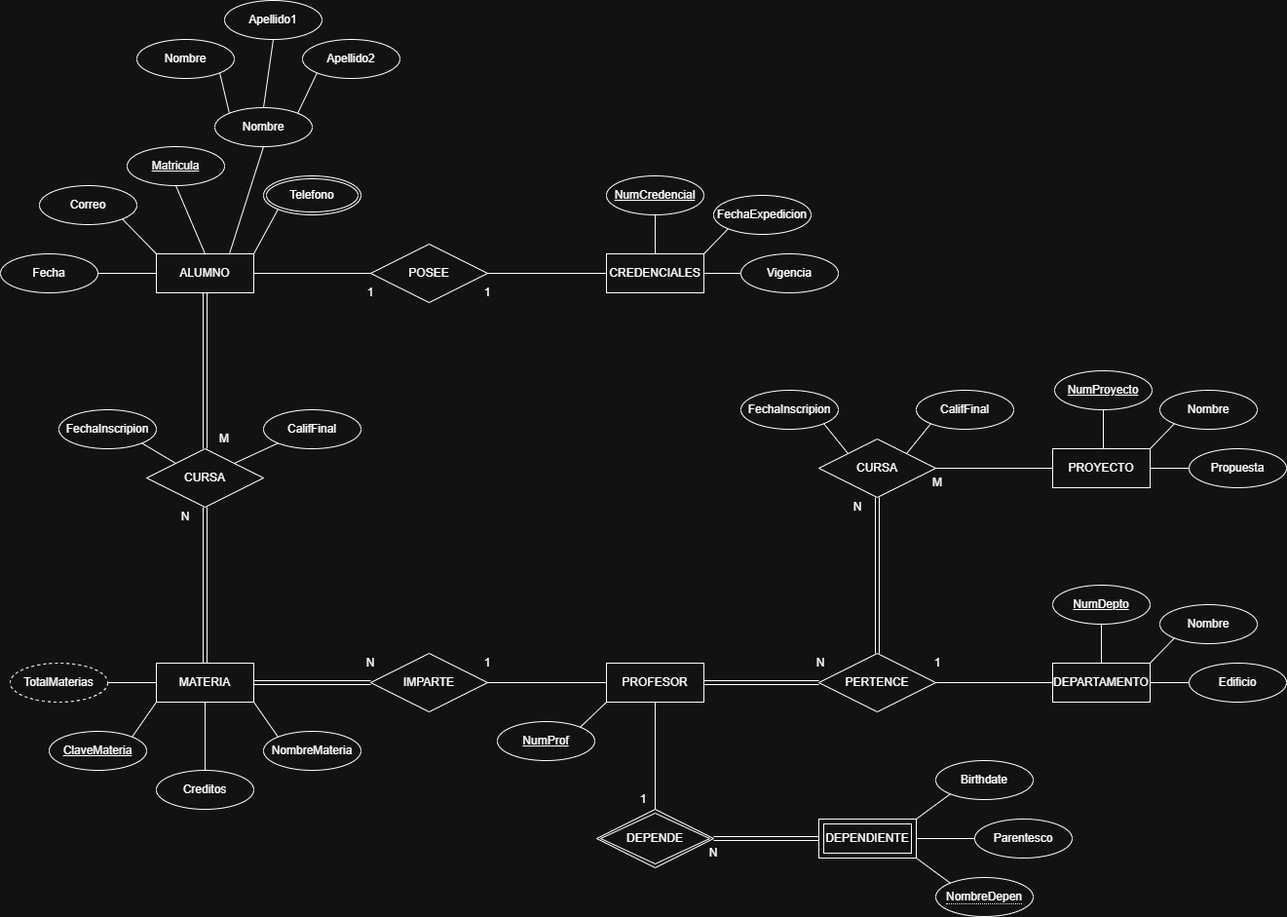
Luiss0704/BaseDeDatos-3DSM-G3 keeps this draw.io diagram as img/E-R/Ejercicio 5.png. Above is the earlier version. Source tidied: cells renumbered, new cells last; positions are measured from the earlier drawing's top-left corner, leaving out a move shared by most shapes.
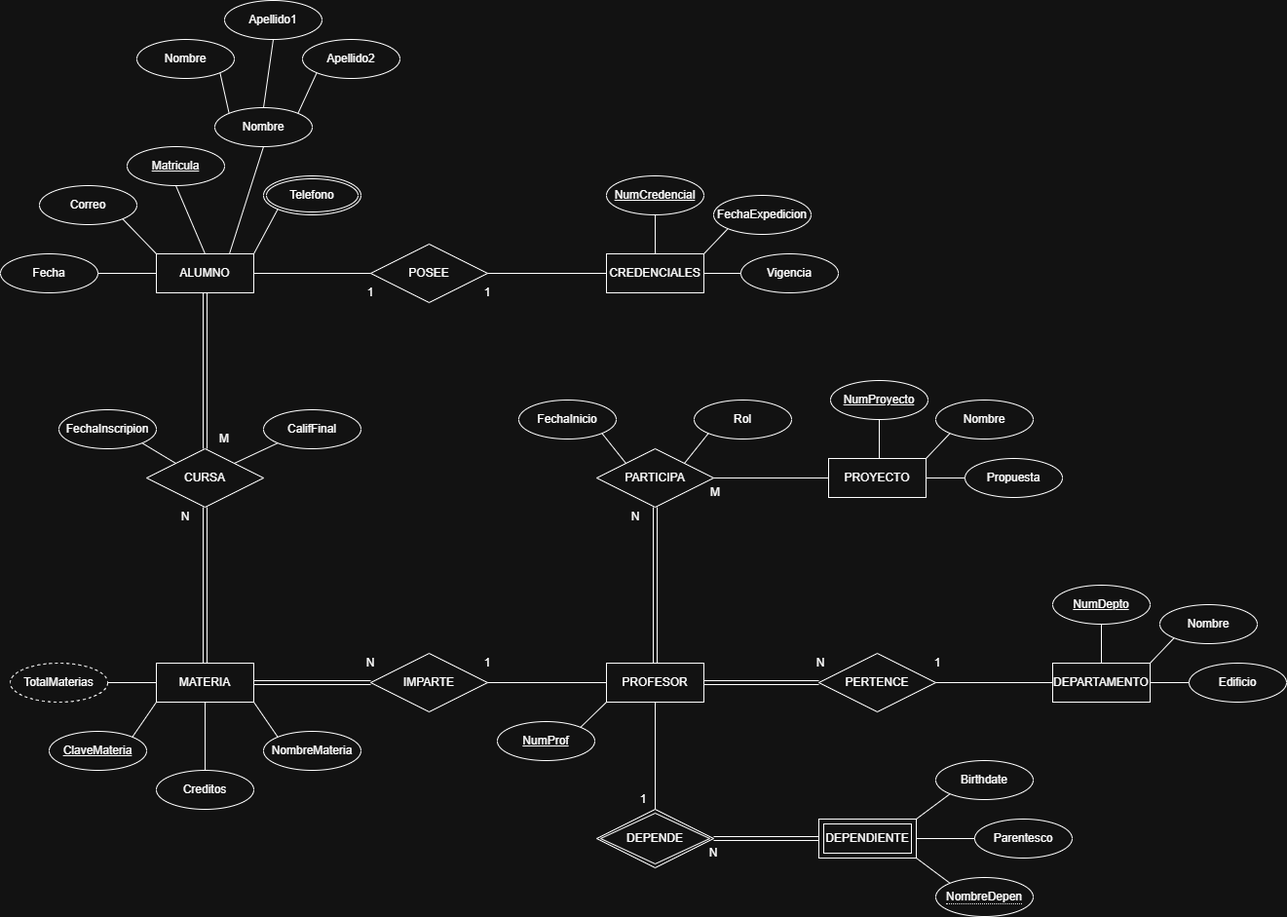
After the change.

Commit message:
Diagrama Entidad - Relación número 5 corregido

Diff of the diagram source:
```diff
@@ -3,7 +3,7 @@
     <mxCell id="0" />
     <mxCell id="1" parent="0" />
     <mxCell id="2" value="PROYECTO" style="whiteSpace=wrap;html=1;align=center;" parent="1" vertex="1">
-      <mxGeometry x="1080" y="460" width="100" height="40" as="geometry" />
+      <mxGeometry x="850" y="470" width="100" height="40" as="geometry" />
     </mxCell>
     <mxCell id="3" value="CREDENCIALES" style="whiteSpace=wrap;html=1;align=center;" parent="1" vertex="1">
       <mxGeometry x="622" y="260" width="100" height="40" as="geometry" />
@@ -266,26 +266,28 @@
     <mxCell id="89" style="endArrow=none;html=1;rounded=0;exitX=1;exitY=0.5;exitDx=0;exitDy=0;entryX=0;entryY=0.5;entryDx=0;entryDy=0;" parent="1" edge="1" source="83" target="86">
       <mxGeometry relative="1" as="geometry" />
     </mxCell>
-    <mxCell id="90" value="CURSA" style="shape=rhombus;perimeter=rhombusPerimeter;whiteSpace=wrap;html=1;align=center;" parent="1" vertex="1">
-      <mxGeometry x="840" y="450" width="120" height="60" as="geometry" />
+    <mxCell id="90" value="PARTICIPA" style="shape=rhombus;perimeter=rhombusPerimeter;whiteSpace=wrap;html=1;align=center;" parent="1" vertex="1">
+      <mxGeometry x="612" y="460" width="120" height="60" as="geometry" />
     </mxCell>
     <mxCell id="91" value="M" style="text;html=1;whiteSpace=wrap;strokeColor=none;fillColor=none;align=center;verticalAlign=middle;rounded=0;" parent="1" vertex="1">
-      <mxGeometry x="952" y="485" width="20" height="20" as="geometry" />
+      <mxGeometry x="724" y="495" width="20" height="20" as="geometry" />
     </mxCell>
     <mxCell id="92" value="N" style="text;html=1;whiteSpace=wrap;strokeColor=none;fillColor=none;align=center;verticalAlign=middle;rounded=0;" parent="1" vertex="1">
-      <mxGeometry x="870" y="510" width="20" height="20" as="geometry" />
+      <mxGeometry x="642" y="520" width="20" height="20" as="geometry" />
     </mxCell>
-    <mxCell id="93" style="shape=link;html=1;rounded=0;exitX=0.5;exitY=1;exitDx=0;exitDy=0;entryX=0.5;entryY=0;entryDx=0;entryDy=0;" parent="1" edge="1" source="90" target="76">
-      <mxGeometry relative="1" as="geometry" />
+    <mxCell id="93" style="shape=link;html=1;rounded=0;exitX=0.5;exitY=1;exitDx=0;exitDy=0;entryX=0.5;entryY=0;entryDx=0;entryDy=0;" parent="1" edge="1" source="90">
+      <mxGeometry relative="1" as="geometry">
+        <mxPoint x="672" y="680" as="targetPoint" />
+      </mxGeometry>
     </mxCell>
     <mxCell id="94" style="html=1;whiteSpace=wrap;align=right;verticalAlign=bottom;" parent="93" vertex="1">
       <mxGeometry x="1" relative="1" as="geometry" />
     </mxCell>
-    <mxCell id="95" value="FechaInscripion" style="ellipse;whiteSpace=wrap;html=1;align=center;" parent="1" vertex="1">
-      <mxGeometry x="760" y="400" width="100" height="40" as="geometry" />
+    <mxCell id="95" value="FechaInicio" style="ellipse;whiteSpace=wrap;html=1;align=center;" parent="1" vertex="1">
+      <mxGeometry x="532" y="410" width="100" height="40" as="geometry" />
     </mxCell>
-    <mxCell id="96" value="CalifFinal" style="ellipse;whiteSpace=wrap;html=1;align=center;" parent="1" vertex="1">
-      <mxGeometry x="940" y="400" width="100" height="40" as="geometry" />
+    <mxCell id="96" value="Rol" style="ellipse;whiteSpace=wrap;html=1;align=center;" parent="1" vertex="1">
+      <mxGeometry x="712" y="410" width="100" height="40" as="geometry" />
     </mxCell>
     <mxCell id="97" style="endArrow=none;html=1;rounded=0;exitX=0;exitY=1;exitDx=0;exitDy=0;entryX=1;entryY=0;entryDx=0;entryDy=0;" parent="1" edge="1" source="96" target="90">
       <mxGeometry relative="1" as="geometry" />
@@ -297,17 +299,17 @@
       <mxGeometry relative="1" as="geometry" />
     </mxCell>
     <mxCell id="100" value="Propuesta" style="ellipse;whiteSpace=wrap;html=1;align=center;" parent="1" vertex="1">
-      <mxGeometry x="1220" y="460" width="100" height="40" as="geometry" />
+      <mxGeometry x="990" y="470" width="100" height="40" as="geometry" />
     </mxCell>
     <mxCell id="101" value="NumProyecto" style="ellipse;whiteSpace=wrap;html=1;align=center;fontStyle=4;" parent="1" vertex="1">
-      <mxGeometry x="1082" y="380" width="100" height="40" as="geometry" />
+      <mxGeometry x="852" y="390" width="100" height="40" as="geometry" />
     </mxCell>
     <mxCell id="102" value="Nombre" style="ellipse;whiteSpace=wrap;html=1;align=center;" parent="1" vertex="1">
-      <mxGeometry x="1190" y="400" width="100" height="40" as="geometry" />
+      <mxGeometry x="960" y="410" width="100" height="40" as="geometry" />
     </mxCell>
     <mxCell id="103" style="endArrow=none;html=1;rounded=0;exitX=0.5;exitY=1;exitDx=0;exitDy=0;entryX=0.5;entryY=0;entryDx=0;entryDy=0;" parent="1" edge="1" source="101">
       <mxGeometry relative="1" as="geometry">
-        <mxPoint x="1132" y="460" as="targetPoint" />
+        <mxPoint x="902" y="470" as="targetPoint" />
       </mxGeometry>
     </mxCell>
     <mxCell id="104" style="endArrow=none;html=1;rounded=0;exitX=0;exitY=0.5;exitDx=0;exitDy=0;entryX=1;entryY=0.5;entryDx=0;entryDy=0;" parent="1" edge="1" source="100" target="2">
```
